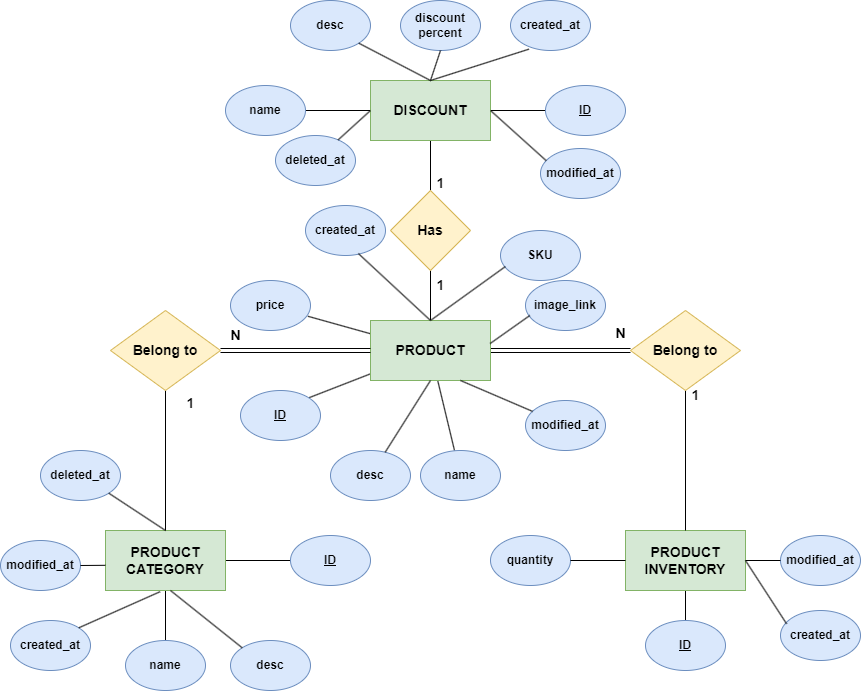
LittleLegend-Pengiun/thesis-ecommerce-k8s keeps this draw.io diagram as images/hieu/chap-3/database-diagram.png. Above is the earlier version. Source tidied: cells renumbered, new cells last; positions are measured from the earlier drawing's top-left corner, leaving out a move shared by most shapes.
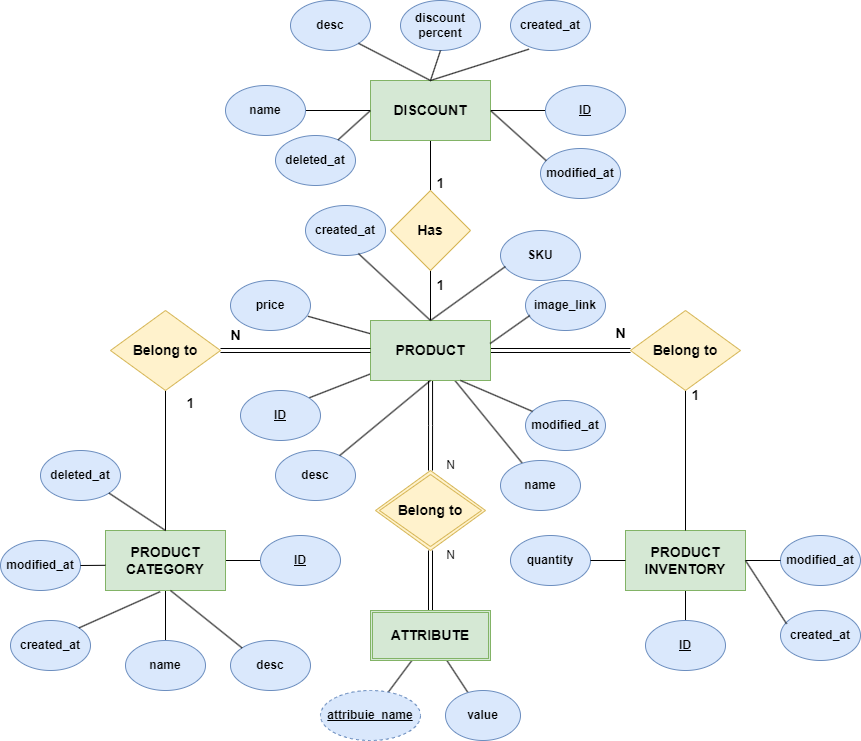
After the commit.

Commit message:
fix: Add attribute borad and fix DB image

The edit, as a diff of the source:
```diff
@@ -17,6 +17,11 @@
     <mxCell id="6" style="rounded=0;jettySize=auto;html=1;entryX=0.967;entryY=0.715;entryDx=0;entryDy=0;entryPerimeter=0;endArrow=none;endFill=0;" parent="1" edge="1" source="7" target="38">
       <mxGeometry relative="1" as="geometry" />
     </mxCell>
+    <mxCell id="71" style="edgeStyle=orthogonalEdgeStyle;rounded=0;jettySize=auto;html=1;endArrow=none;endFill=0;shape=link;" parent="1" edge="1" source="7">
+      <mxGeometry relative="1" as="geometry">
+        <mxPoint x="430" y="470" as="targetPoint" />
+      </mxGeometry>
+    </mxCell>
     <mxCell id="7" value="PRODUCT" style="rounded=0;whiteSpace=wrap;html=1;fontStyle=1;fontSize=14;fillColor=#d5e8d4;strokeColor=#82b366;" parent="1" vertex="1">
       <mxGeometry x="370" y="320" width="120" height="60" as="geometry" />
     </mxCell>
@@ -84,7 +89,7 @@
       <mxGeometry x="680" y="380" width="30" height="30" as="geometry" />
     </mxCell>
     <mxCell id="29" value="&lt;u&gt;ID&lt;/u&gt;" style="ellipse;whiteSpace=wrap;html=1;fontStyle=1;fillColor=#dae8fc;strokeColor=#6c8ebf;" parent="1" vertex="1">
-      <mxGeometry x="290" y="535" width="80" height="50" as="geometry" />
+      <mxGeometry x="260" y="535" width="80" height="50" as="geometry" />
     </mxCell>
     <mxCell id="30" value="name" style="ellipse;whiteSpace=wrap;html=1;fontStyle=1;fillColor=#dae8fc;strokeColor=#6c8ebf;" parent="1" vertex="1">
       <mxGeometry x="125" y="640" width="80" height="50" as="geometry" />
@@ -99,13 +104,13 @@
       <mxGeometry x="240" y="390" width="80" height="50" as="geometry" />
     </mxCell>
     <mxCell id="34" value="name" style="ellipse;whiteSpace=wrap;html=1;fontStyle=1;fillColor=#dae8fc;strokeColor=#6c8ebf;" parent="1" vertex="1">
-      <mxGeometry x="420" y="450" width="80" height="50" as="geometry" />
+      <mxGeometry x="500" y="460" width="80" height="50" as="geometry" />
     </mxCell>
     <mxCell id="35" value="&lt;u&gt;ID&lt;/u&gt;" style="ellipse;whiteSpace=wrap;html=1;fontStyle=1;fillColor=#dae8fc;strokeColor=#6c8ebf;" parent="1" vertex="1">
       <mxGeometry x="645" y="620" width="80" height="50" as="geometry" />
     </mxCell>
     <mxCell id="36" value="desc" style="ellipse;whiteSpace=wrap;html=1;fontStyle=1;fillColor=#dae8fc;strokeColor=#6c8ebf;" parent="1" vertex="1">
-      <mxGeometry x="330" y="450" width="80" height="50" as="geometry" />
+      <mxGeometry x="275" y="450" width="80" height="50" as="geometry" />
     </mxCell>
     <mxCell id="37" value="SKU" style="ellipse;whiteSpace=wrap;html=1;fontStyle=1;fillColor=#dae8fc;strokeColor=#6c8ebf;" parent="1" vertex="1">
       <mxGeometry x="500" y="230" width="80" height="50" as="geometry" />
@@ -166,7 +171,7 @@
       <mxGeometry relative="1" as="geometry" />
     </mxCell>
     <mxCell id="55" value="quantity" style="ellipse;whiteSpace=wrap;html=1;fontStyle=1;fillColor=#dae8fc;strokeColor=#6c8ebf;" parent="1" vertex="1">
-      <mxGeometry x="490" y="535" width="80" height="50" as="geometry" />
+      <mxGeometry x="510" y="535" width="80" height="50" as="geometry" />
     </mxCell>
     <mxCell id="56" value="modified_at" style="ellipse;whiteSpace=wrap;html=1;fontStyle=1;fillColor=#dae8fc;strokeColor=#6c8ebf;" parent="1" vertex="1">
       <mxGeometry x="780" y="535" width="80" height="50" as="geometry" />
@@ -215,5 +220,32 @@
     <mxCell id="70" style="rounded=0;jettySize=auto;html=1;entryX=0.072;entryY=0.244;entryDx=0;entryDy=0;endArrow=none;endFill=0;fontStyle=1;entryPerimeter=0;exitX=1;exitY=0.5;exitDx=0;exitDy=0;" parent="1" edge="1" source="16" target="64">
       <mxGeometry relative="1" as="geometry" />
     </mxCell>
+    <mxCell id="72" style="edgeStyle=orthogonalEdgeStyle;rounded=0;jettySize=auto;html=1;endArrow=none;endFill=0;shape=link;" parent="1" edge="1" source="73" target="76">
+      <mxGeometry relative="1" as="geometry" />
+    </mxCell>
+    <mxCell id="73" value="Belong to" style="rhombus;whiteSpace=wrap;html=1;fontStyle=1;fontSize=14;fillColor=#fff2cc;strokeColor=#d6b656;double=1;" parent="1" vertex="1">
+      <mxGeometry x="375" y="470" width="110" height="80" as="geometry" />
+    </mxCell>
+    <mxCell id="74" style="rounded=0;jettySize=auto;html=1;endArrow=none;endFill=0;" parent="1" edge="1" source="76" target="79">
+      <mxGeometry relative="1" as="geometry" />
+    </mxCell>
+    <mxCell id="75" style="rounded=0;jettySize=auto;html=1;endArrow=none;endFill=0;" parent="1" edge="1" source="76" target="80">
+      <mxGeometry relative="1" as="geometry" />
+    </mxCell>
+    <mxCell id="76" value="ATTRIBUTE" style="shape=ext;double=1;rounded=0;whiteSpace=wrap;html=1;fillColor=#d5e8d4;strokeColor=#82b366;fontStyle=1;fontSize=14;" parent="1" vertex="1">
+      <mxGeometry x="370" y="610" width="120" height="50" as="geometry" />
+    </mxCell>
+    <mxCell id="77" value="N" style="text;html=1;align=center;verticalAlign=middle;strokeColor=none;fillColor=none;" parent="1" vertex="1">
+      <mxGeometry x="435" y="450" width="30" height="30" as="geometry" />
+    </mxCell>
+    <mxCell id="78" value="N" style="text;html=1;align=center;verticalAlign=middle;strokeColor=none;fillColor=none;" parent="1" vertex="1">
+      <mxGeometry x="435" y="540" width="30" height="30" as="geometry" />
+    </mxCell>
+    <mxCell id="79" value="&lt;u&gt;attribuie_name&lt;/u&gt;" style="ellipse;whiteSpace=wrap;html=1;fontStyle=1;fillColor=#dae8fc;strokeColor=#6c8ebf;dashed=1;" parent="1" vertex="1">
+      <mxGeometry x="320" y="690" width="100" height="50" as="geometry" />
+    </mxCell>
+    <mxCell id="80" value="value" style="ellipse;whiteSpace=wrap;html=1;fontStyle=1;fillColor=#dae8fc;strokeColor=#6c8ebf;" parent="1" vertex="1">
+      <mxGeometry x="445" y="690" width="75" height="50" as="geometry" />
+    </mxCell>
   </root>
 </mxGraphModel>
```
